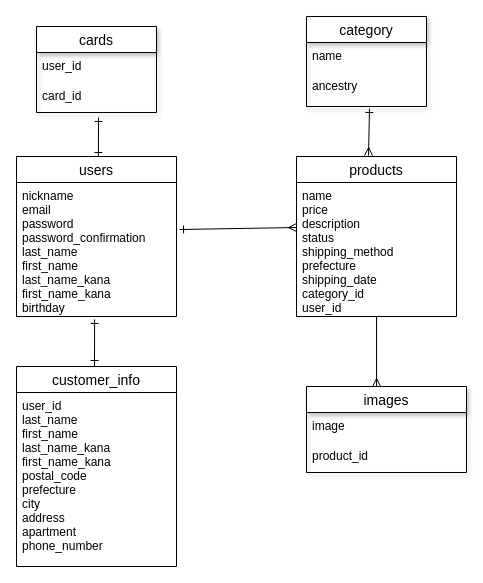
omiyage28/furima-36993 keeps this draw.io diagram as ER.dio. Above is the earlier version. Source tidied: cells renumbered, new cells numbered last; positions are measured from the earlier drawing's top-left corner, leaving out a move shared by most shapes. Both pictures are drawn from the tidied source at 100%, with x=0, y=0 at pixel (16, 16).
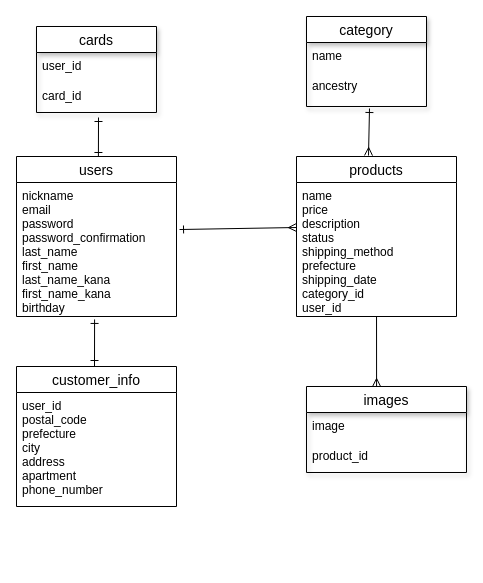
The same page after the edit.

What changed in the source:
```diff
@@
     <mxCell id="17" value="customer_info" style="swimlane;fontStyle=0;horizontal=1;startSize=26;align=center;fontSize=14;" parent="1" vertex="1">
-      <mxGeometry y="350" width="160" height="200" as="geometry" />
+      <mxGeometry y="350" width="160" height="140" as="geometry" />
     </mxCell>
-    <mxCell id="18" value="user_id &#10;last_name&#10;first_name&#10;last_name_kana&#10;first_name_kana&#10;postal_code&#10;prefecture&#10;city&#10;address&#10;apartment&#10;phone_number" style="text;strokeColor=none;fillColor=none;spacingLeft=4;spacingRight=4;overflow=hidden;fontSize=12;" parent="17" vertex="1">
-      <mxGeometry y="26" width="160" height="174" as="geometry" />
+    <mxCell id="18" value="user_id &#10;postal_code&#10;prefecture&#10;city&#10;address&#10;apartment&#10;phone_number" style="text;strokeColor=none;fillColor=none;spacingLeft=4;spacingRight=4;overflow=hidden;fontSize=12;" parent="17" vertex="1">
+      <mxGeometry y="26" width="160" height="114" as="geometry" />
     </mxCell>
```
